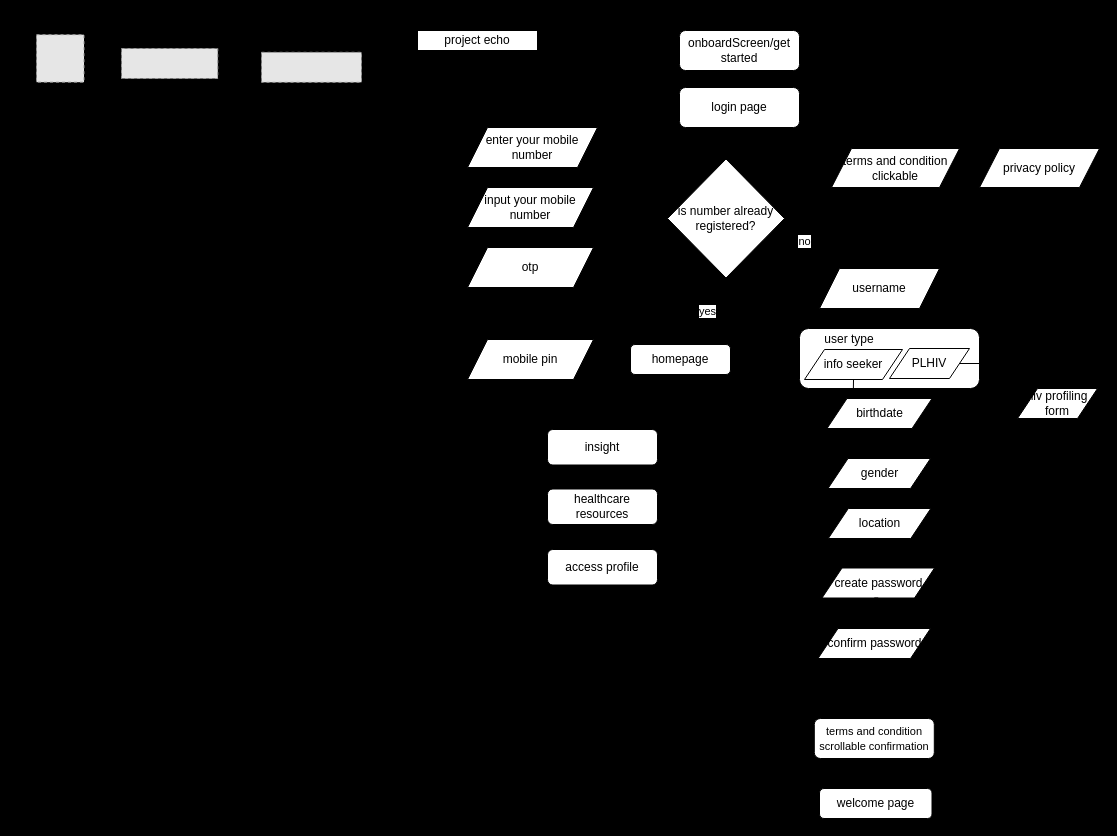
Above: Untitled Diagram.drawio in tehnczon/project-echo (draw.io), before the change. Source tidied: cells renumbered, new cells numbered last; positions are measured from the earlier drawing's top-left corner, leaving out a move shared by most shapes. Both pictures are drawn from the tidied source at 100%, with x=0, y=0 at pixel (17, 17). Pictures stored in the file or linked from it are replaced by grey dashed boxes.
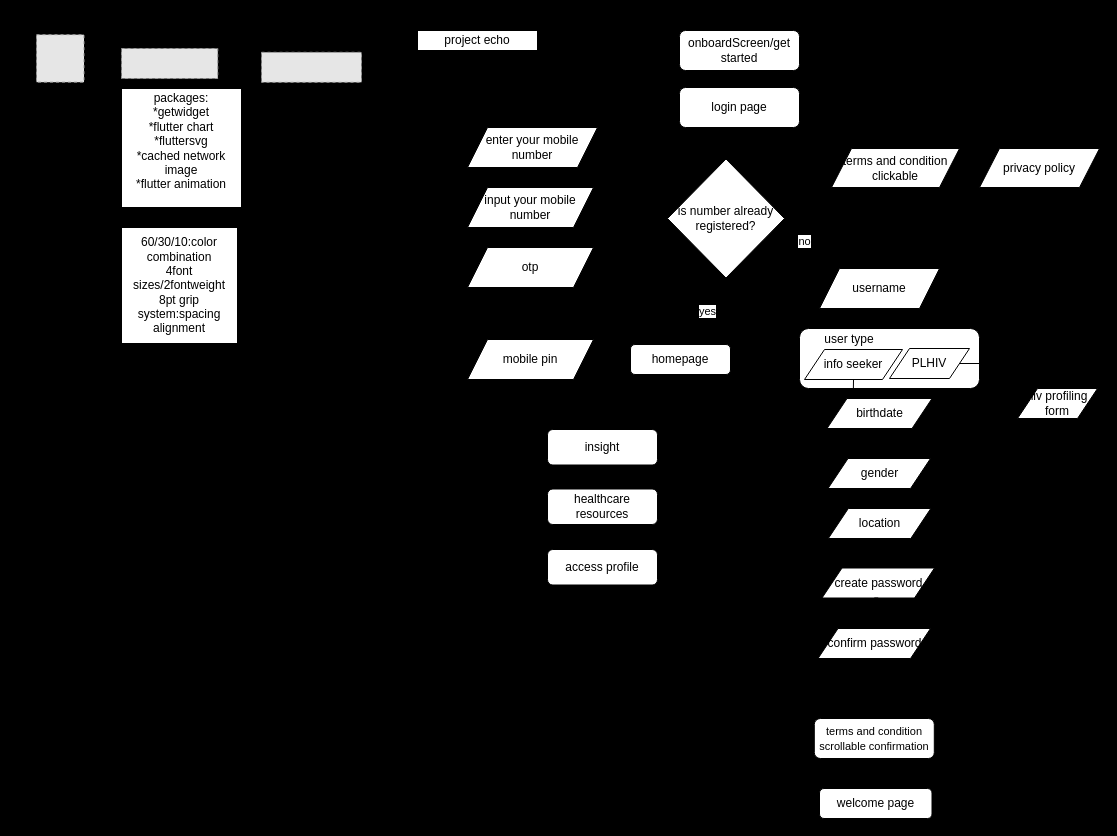
Above is the later version.

What changed in the source:
```diff
@@
     <mxCell id="2" style="whiteSpace=wrap;html=1;fillColor=none;" parent="1" vertex="1">
-      <mxGeometry width="360" height="110" as="geometry" />
+      <mxGeometry width="360" height="380" as="geometry" />
     </mxCell>
@@
+    <mxCell id="59" value="&lt;div&gt;packages:&lt;/div&gt;&lt;div&gt;*getwidget&lt;/div&gt;&lt;div&gt;*flutter chart&lt;/div&gt;&lt;div&gt;*fluttersvg&lt;/div&gt;&lt;div&gt;*cached network image&lt;/div&gt;&lt;div&gt;*flutter animation&lt;/div&gt;&lt;div&gt;&lt;br&gt;&lt;/div&gt;" style="rounded=0;whiteSpace=wrap;html=1;" parent="1" vertex="1">
+      <mxGeometry x="104" y="71" width="120" height="119" as="geometry" />
+    </mxCell>
+    <mxCell id="60" value="&lt;div&gt;60/30/10:color combination&lt;/div&gt;&lt;div&gt;4font sizes/2fontweight&lt;/div&gt;&lt;div&gt;8pt grip system:spacing alignment&lt;/div&gt;" style="whiteSpace=wrap;html=1;" parent="1" vertex="1">
+      <mxGeometry x="104" y="210" width="116" height="116" as="geometry" />
+    </mxCell>
```
